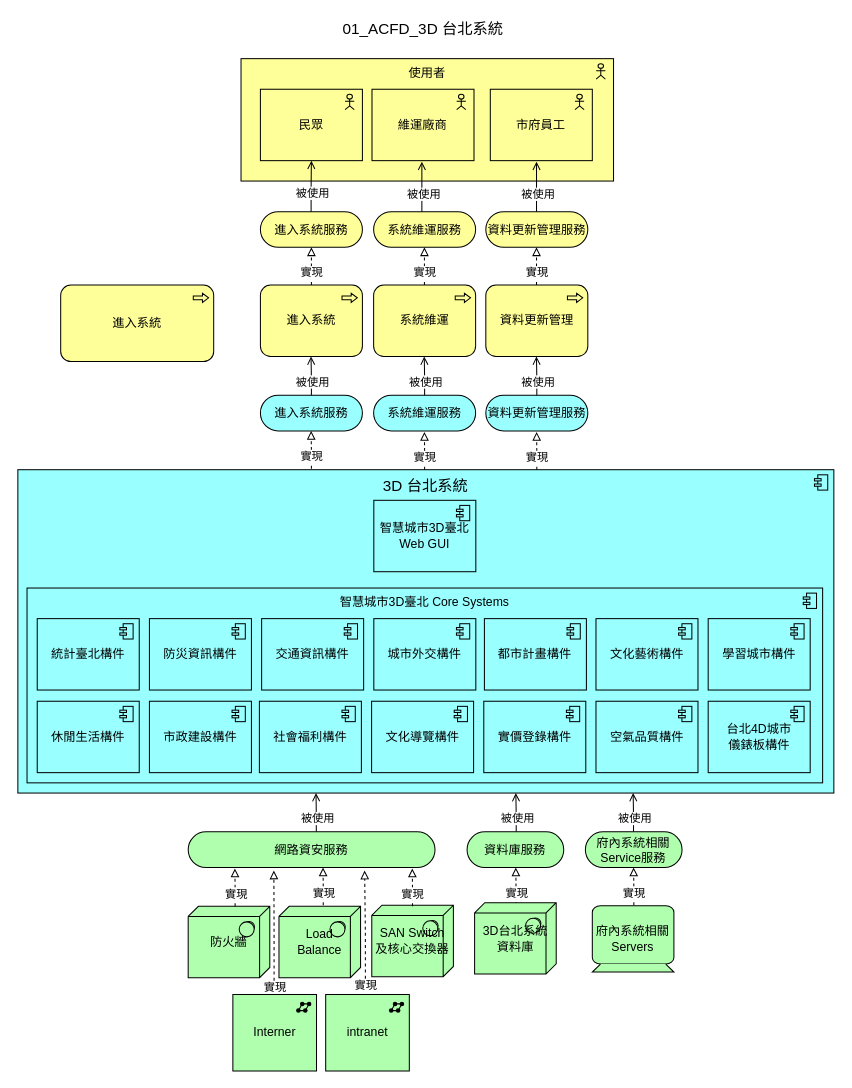
The draw.io diagram page "01_ACFD_3D 台北系統" (1 of 17) of 3D.drawio in cxr0801/EA, before the edit. Source tidied: cells renumbered, new cells numbered last; positions are measured from the earlier drawing's top-left corner, leaving out a move shared by most shapes. Both pictures are drawn from the tidied source at 102%, with x=0, y=0 at pixel (17, 17).
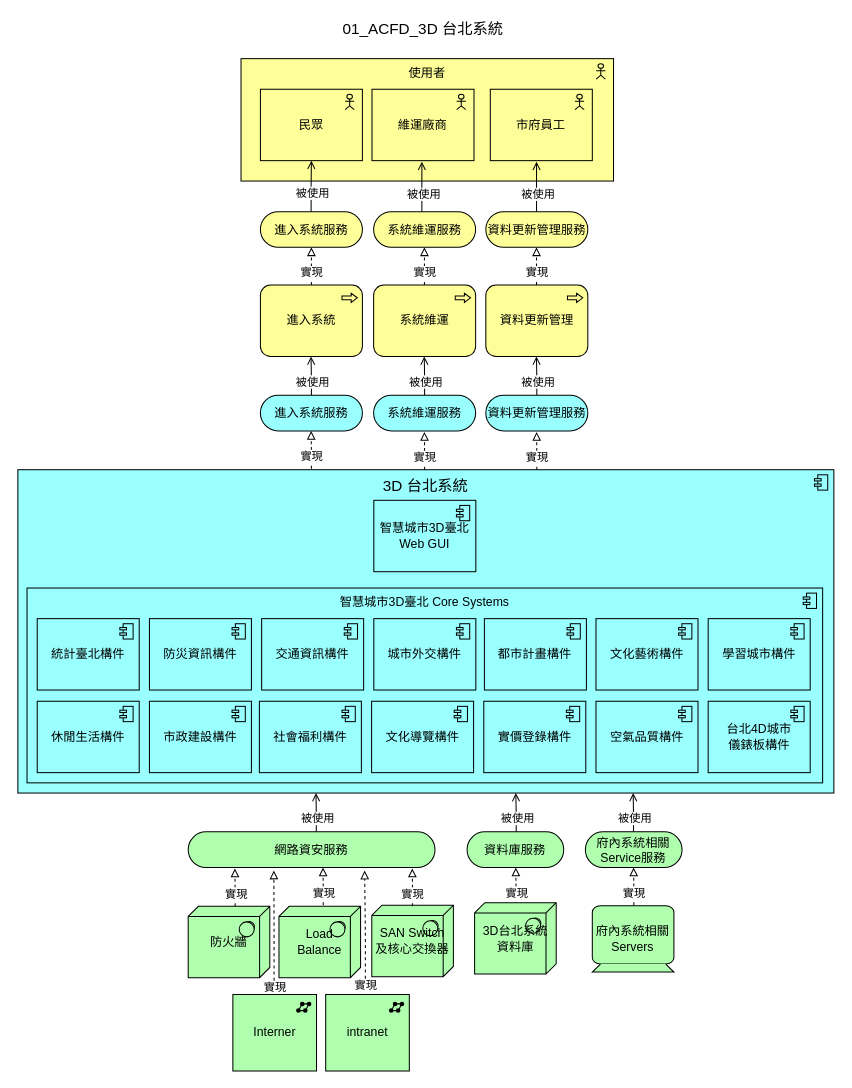
Above is the later version.

Commit message:
3D.drawio_開發者B_修改Archimate

What changed in the source:
```diff
@@
-    <mxCell id="87" value="進入系統" style="html=1;whiteSpace=wrap;fillColor=#ffff99;shape=mxgraph.archimate3.application;appType=proc;archiType=rounded;" parent="1" vertex="1">
-      <mxGeometry x="42" y="262" width="150" height="75" as="geometry" />
-    </mxCell>
```
